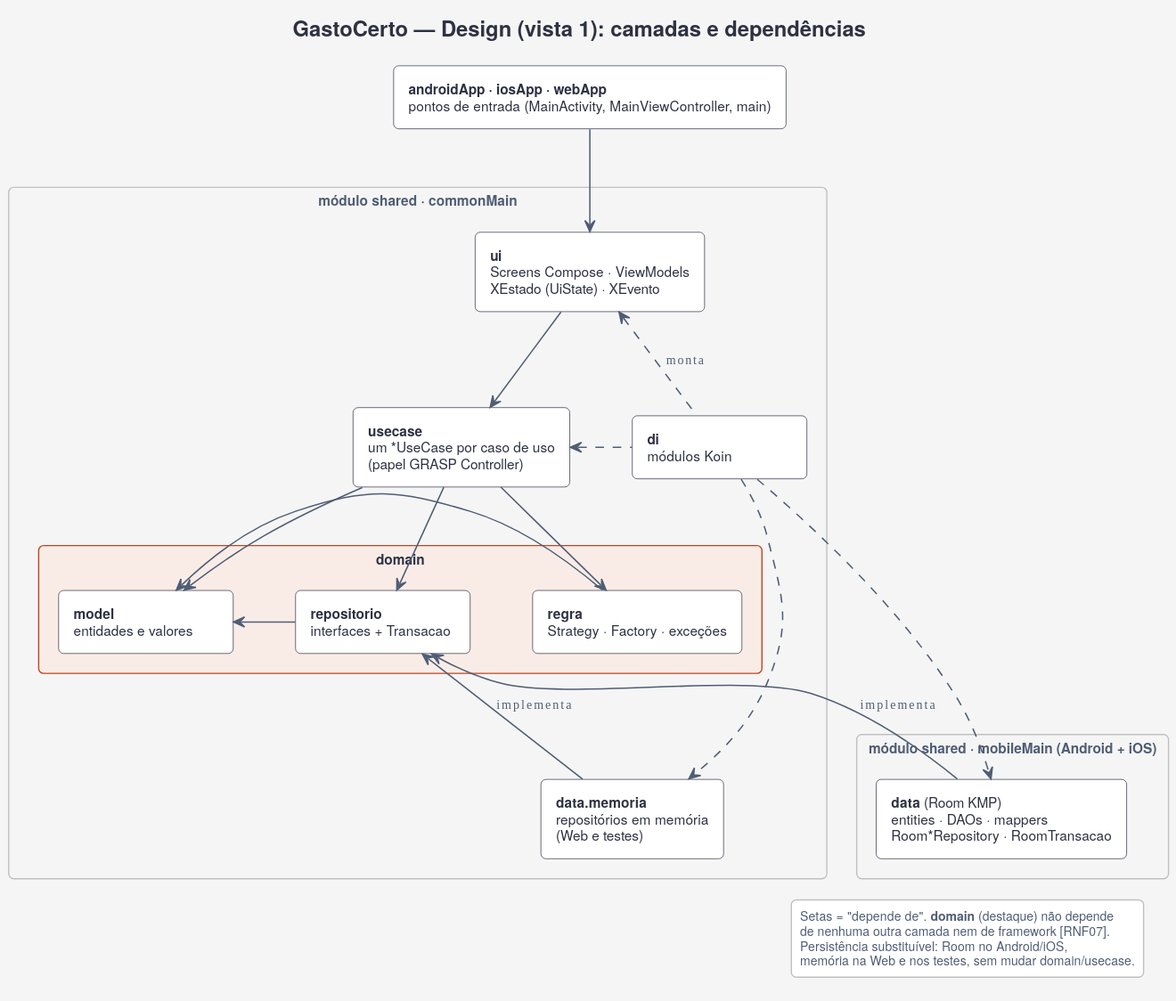
The PlantUML diagram docs/uml/design-1-camadas.svg in gabrielfbarbosa/gasto-certo, before a commit.
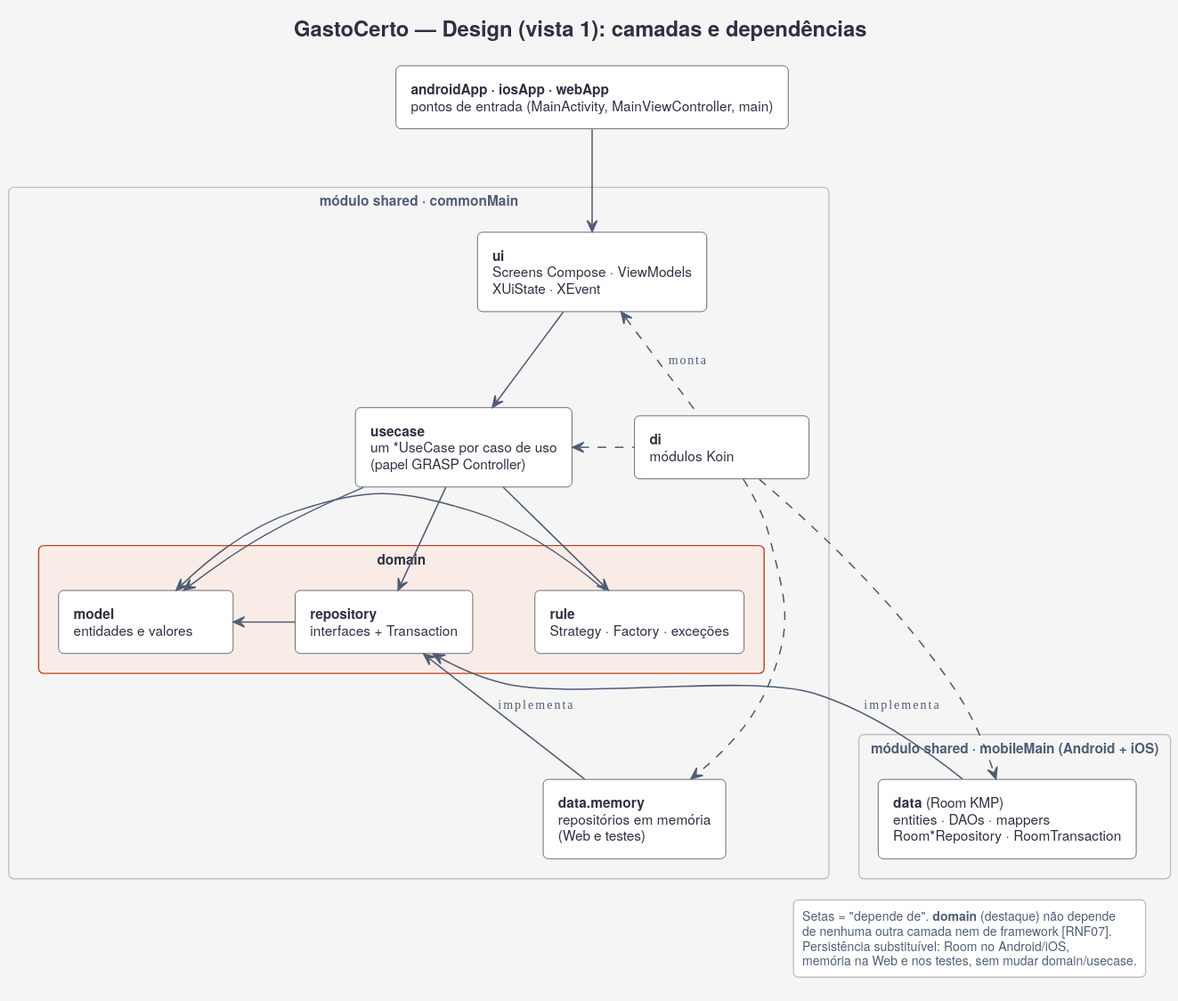
Later version of the same file.

The edit, as a diff of the source:
```diff
@@ -23,18 +23,18 @@
 rectangle "<b>androidApp · iosApp · webApp</b>\npontos de entrada (MainActivity, MainViewController, main)" as plat
 
 rectangle "módulo shared · commonMain" as common <<grupo>> {
-  rectangle "<b>ui</b>\nScreens Compose · ViewModels\nXEstado (UiState) · XEvento" as ui
+  rectangle "<b>ui</b>\nScreens Compose · ViewModels\nXUiState · XEvent" as ui
   rectangle "<b>usecase</b>\num *UseCase por caso de uso\n(papel GRASP Controller)" as uc
   rectangle "domain" as dom <<dominio>> {
     rectangle "<b>model</b>\nentidades e valores" as model
-    rectangle "<b>regra</b>\nStrategy · Factory · exceções" as regra
-    rectangle "<b>repositorio</b>\ninterfaces + Transacao" as repo
+    rectangle "<b>rule</b>\nStrategy · Factory · exceções" as regra
+    rectangle "<b>repository</b>\ninterfaces + Transaction" as repo
   }
-  rectangle "<b>data.memoria</b>\nrepositórios em memória\n(Web e testes)" as mem
+  rectangle "<b>data.memory</b>\nrepositórios em memória\n(Web e testes)" as mem
   rectangle "<b>di</b>\nmódulos Koin" as di
 }
 rectangle "módulo shared · mobileMain (Android + iOS)" as mobile <<grupo>> {
-  rectangle "<b>data</b> (Room KMP)\nentities · DAOs · mappers\nRoom*Repository · RoomTransacao" as room
+  rectangle "<b>data</b> (Room KMP)\nentities · DAOs · mappers\nRoom*Repository · RoomTransaction" as room
 }
 
 plat -down-> ui
```
